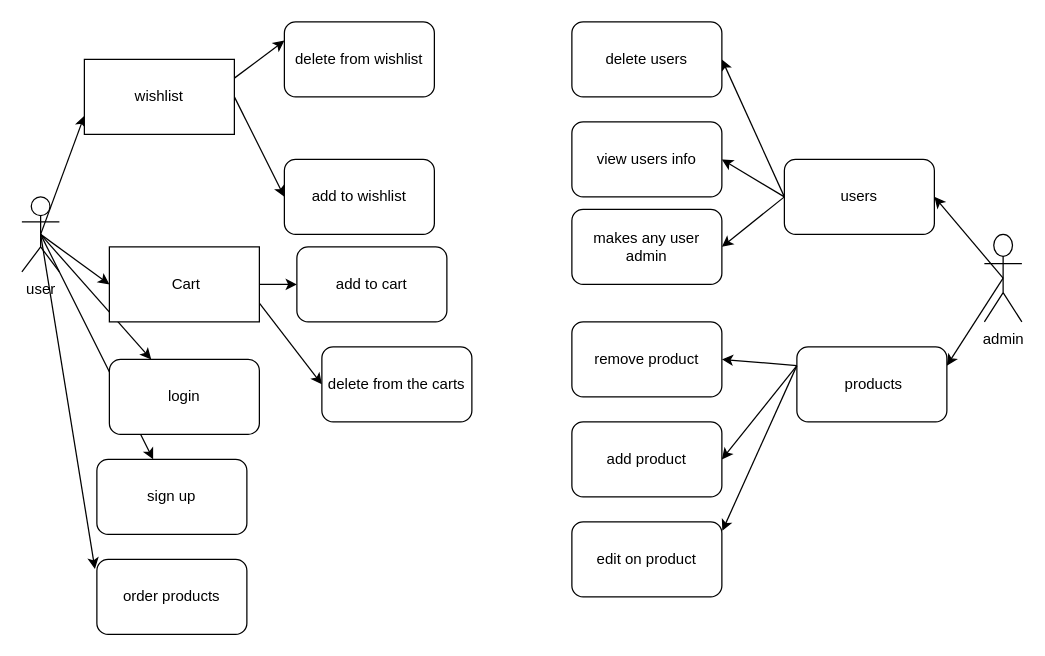
This is diagrams.drawio from YahiaAshraf-CS/Just_For_You_Frontend, a draw.io file, before an edit. Source tidied: cells renumbered, new cells numbered last; positions are measured from the earlier drawing's top-left corner, leaving out a move shared by most shapes. Both pictures are drawn from the tidied source at 125%, with x=0, y=0 at pixel (21, 21).
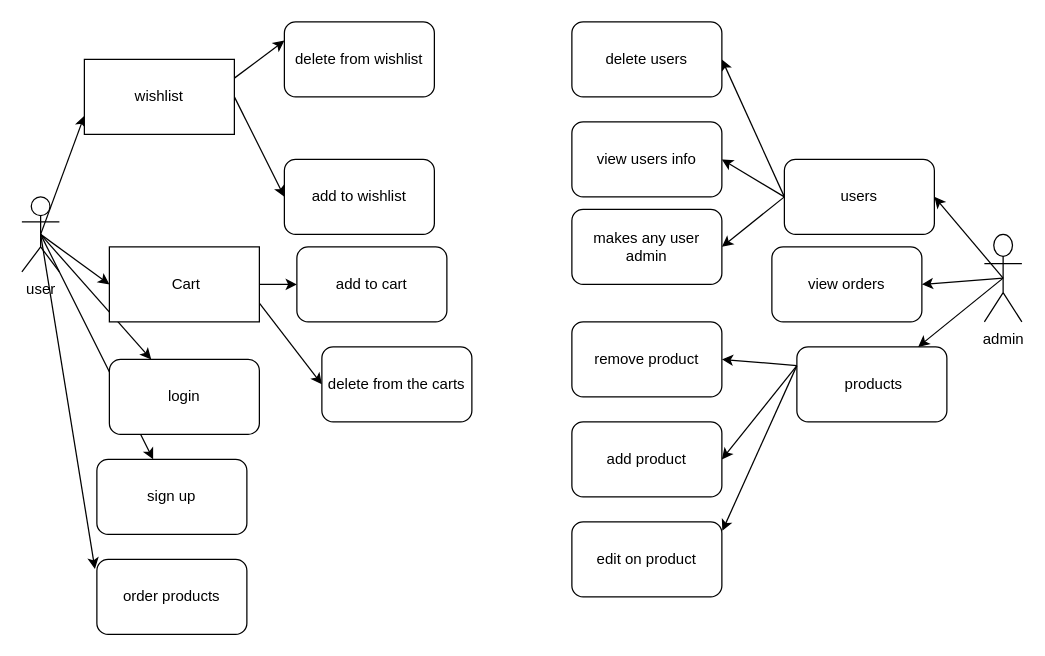
After the change.

The change refers to these unchanged cells:
```xml
<mxCell id="9" value="admin" style="shape=umlActor;verticalLabelPosition=bottom;verticalAlign=top;html=1;" parent="1" vertex="1">
  <mxGeometry x="770" y="170" width="30" height="70" as="geometry" />
</mxCell>
<mxCell id="31" value="&amp;nbsp;products" style="rounded=1;whiteSpace=wrap;html=1;" parent="1" vertex="1">
  <mxGeometry x="620" y="260" width="120" height="60" as="geometry" />
</mxCell>
```

What changed in the source:
```diff
@@
-    <mxCell id="7" style="edgeStyle=none;html=1;exitX=0.5;exitY=0.5;exitDx=0;exitDy=0;exitPerimeter=0;entryX=1;entryY=0.25;entryDx=0;entryDy=0;" parent="1" edge="1" source="9" target="31">
+    <mxCell id="7" style="edgeStyle=none;html=1;exitX=0.5;exitY=0.5;exitDx=0;exitDy=0;exitPerimeter=0;entryX=1;entryY=0.5;entryDx=0;entryDy=0;" parent="1" edge="1" source="9" target="38">
       <mxGeometry relative="1" as="geometry" />
     </mxCell>
@@
+    <mxCell id="38" value="view orders" style="rounded=1;whiteSpace=wrap;html=1;" parent="1" vertex="1">
+      <mxGeometry x="600" y="180" width="120" height="60" as="geometry" />
+    </mxCell>
+    <mxCell id="39" style="edgeStyle=none;html=1;exitX=0.5;exitY=0.5;exitDx=0;exitDy=0;exitPerimeter=0;" parent="1" edge="1" source="9" target="31">
+      <mxGeometry relative="1" as="geometry" />
+    </mxCell>
```
